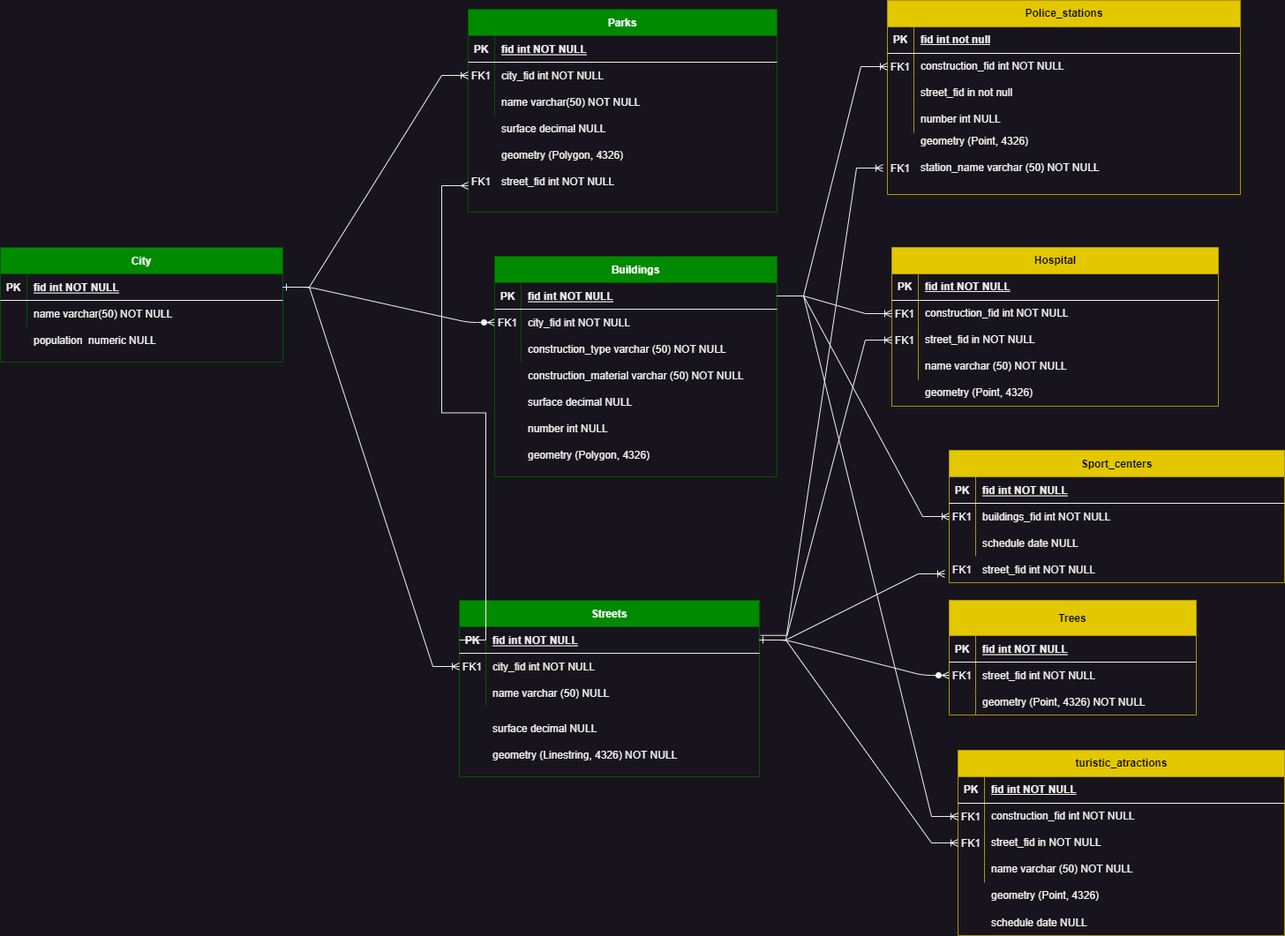
The draw.io diagram Final_project.drawio.png in MaticA26/final_project_sem2, before a commit. Source tidied: cells renumbered, new cells last; positions are measured from the earlier drawing's top-left corner, leaving out a move shared by most shapes.
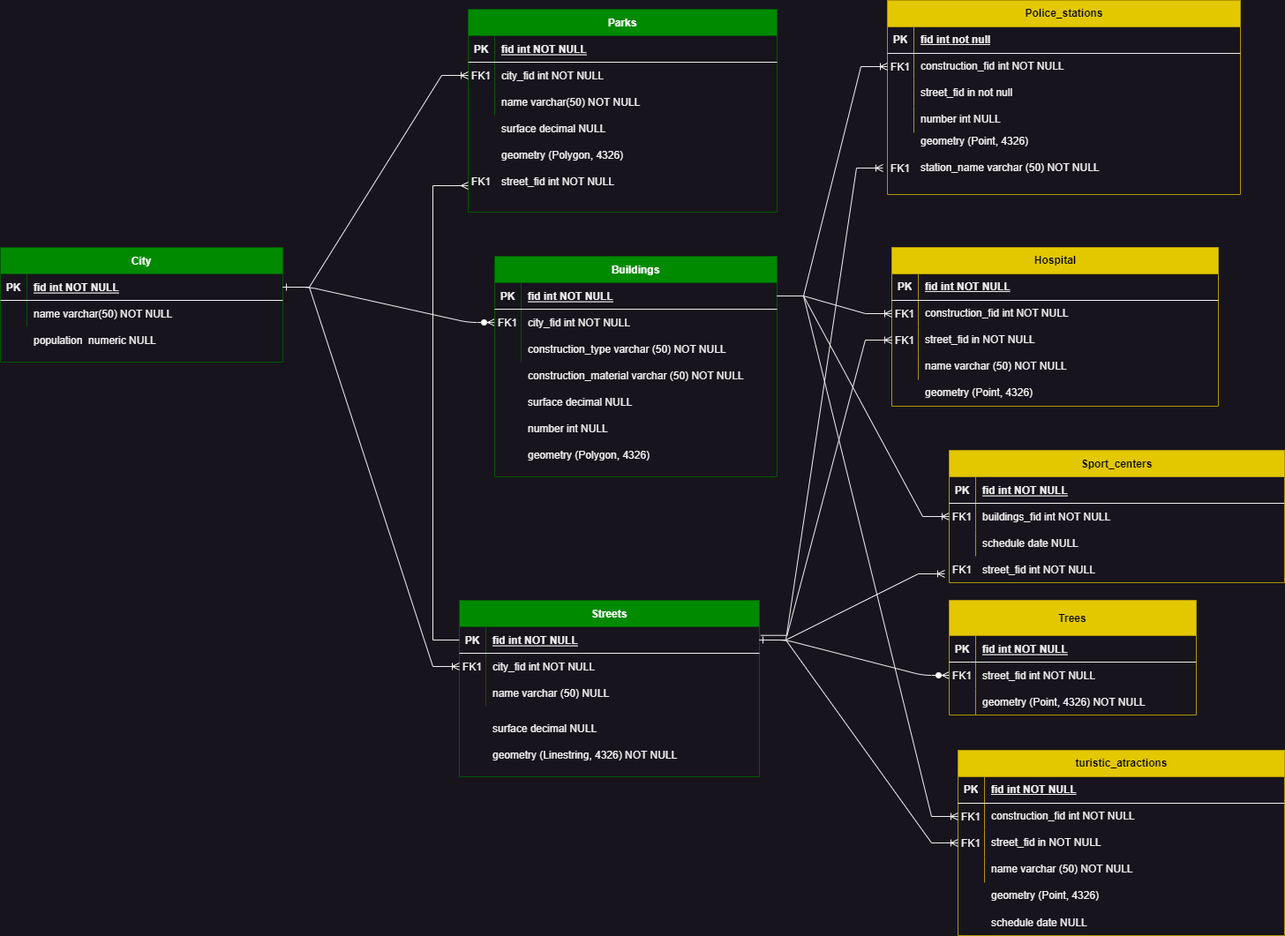
Above is the later version.

The edit, as a diff of the source:
```diff
@@ -345,9 +345,12 @@
     <mxCell id="114" value="street_fid int NOT NULL" style="shape=partialRectangle;overflow=hidden;fillColor=none;top=0;left=0;bottom=0;right=0;align=left;spacingLeft=6;" parent="1" vertex="1">
       <mxGeometry x="560" y="190" width="290" height="30" as="geometry" />
     </mxCell>
-    <mxCell id="115" style="edgeStyle=entityRelationEdgeStyle;fontSize=12;html=1;endArrow=ERmany;rounded=0;exitX=0;exitY=0.5;exitDx=0;exitDy=0;" parent="1" edge="1" source="41">
+    <mxCell id="115" style="edgeStyle=elbowEdgeStyle;fontSize=12;html=1;endArrow=ERmany;rounded=0;exitX=0;exitY=0.5;exitDx=0;exitDy=0;" parent="1" edge="1" source="41">
       <mxGeometry relative="1" as="geometry">
         <mxPoint x="530" y="210" as="targetPoint" />
+        <Array as="points">
+          <mxPoint x="490" y="470" />
+        </Array>
       </mxGeometry>
     </mxCell>
     <mxCell id="116" value="FK1" style="shape=partialRectangle;overflow=hidden;fillColor=none;top=0;left=0;bottom=0;right=0;" parent="1" vertex="1">
```
